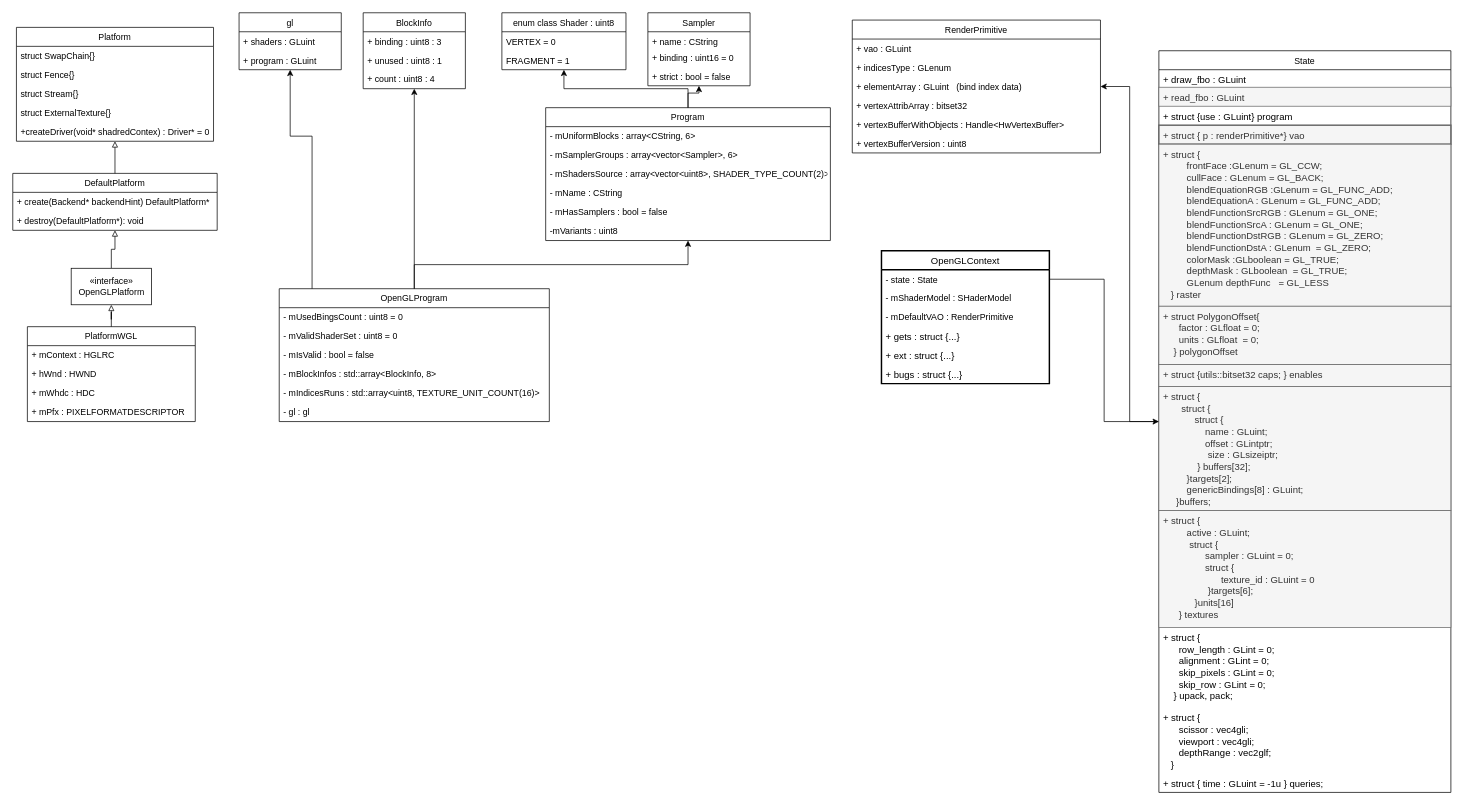
This is UMLGraph/driver.drawio from liangshiweigithub/update, a draw.io file, before an edit. Source tidied: cells renumbered, new cells numbered last; positions are measured from the earlier drawing's top-left corner, leaving out a move shared by most shapes. Both pictures are drawn from the tidied source at 73%, with x=0, y=0 at pixel (12, 12).
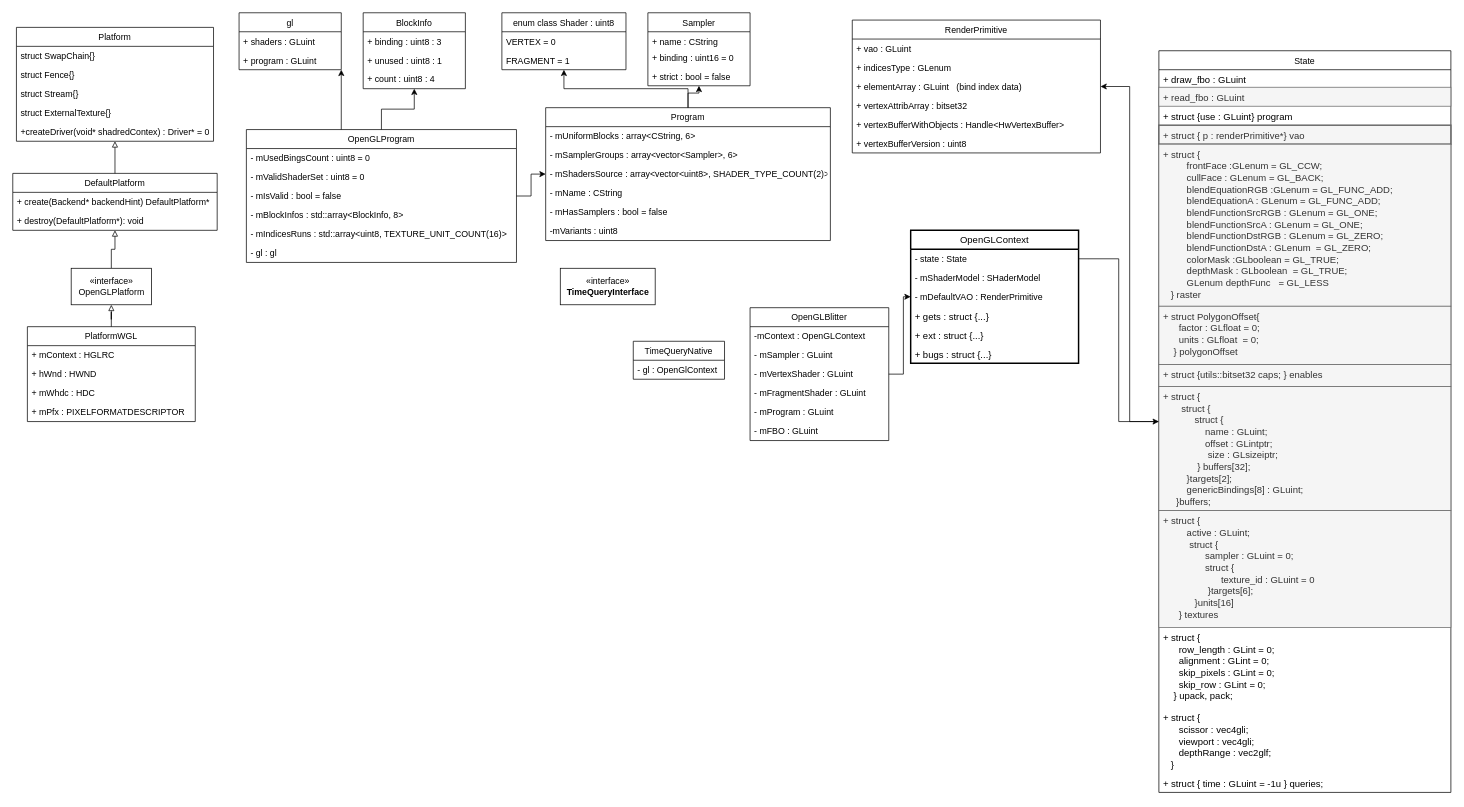
Above is the later version.

The edit, as a diff of the source:
```diff
@@
     <mxCell id="23" value="OpenGLProgram" style="swimlane;fontStyle=0;horizontal=1;startSize=26;fillColor=none;" parent="1" vertex="1">
-      <mxGeometry x="365" y="378" width="370" height="182" as="geometry" />
+      <mxGeometry x="320" y="160" width="370" height="182" as="geometry" />
     </mxCell>
@@
     <mxCell id="74" value="OpenGLContext" style="swimlane;fontStyle=0;horizontal=1;startSize=26;fillColor=none;strokeWidth=2;fontSize=13;" parent="1" vertex="1">
-      <mxGeometry x="1190" y="326" width="230" height="182" as="geometry" />
+      <mxGeometry x="1230" y="298" width="230" height="182" as="geometry" />
     </mxCell>
@@
+    <mxCell id="82" style="edgeStyle=orthogonalEdgeStyle;rounded=0;jettySize=auto;html=1;" parent="1" edge="1" source="83" target="74">
+      <mxGeometry relative="1" as="geometry" />
+    </mxCell>
+    <mxCell id="83" value="OpenGLBlitter" style="swimlane;fontStyle=0;horizontal=1;startSize=26;fillColor=none;" parent="1" vertex="1">
+      <mxGeometry x="1010" y="404" width="190" height="182" as="geometry" />
+    </mxCell>
+    <mxCell id="84" value="-mContext : OpenGLContext" style="text;strokeColor=none;fillColor=none;align=left;verticalAlign=top;spacingLeft=4;spacingRight=4;overflow=hidden;" parent="83" vertex="1">
+      <mxGeometry y="26" width="190" height="26" as="geometry" />
+    </mxCell>
+    <mxCell id="85" value="- mSampler : GLuint" style="text;strokeColor=none;fillColor=none;align=left;verticalAlign=top;spacingLeft=4;spacingRight=4;overflow=hidden;" parent="83" vertex="1">
+      <mxGeometry y="52" width="190" height="26" as="geometry" />
+    </mxCell>
+    <mxCell id="86" value="- mVertexShader : GLuint" style="text;strokeColor=none;fillColor=none;align=left;verticalAlign=top;spacingLeft=4;spacingRight=4;overflow=hidden;" parent="83" vertex="1">
+      <mxGeometry y="78" width="190" height="26" as="geometry" />
+    </mxCell>
+    <mxCell id="87" value="- mFragmentShader : GLuint" style="text;strokeColor=none;fillColor=none;align=left;verticalAlign=top;spacingLeft=4;spacingRight=4;overflow=hidden;" parent="83" vertex="1">
+      <mxGeometry y="104" width="190" height="26" as="geometry" />
+    </mxCell>
+    <mxCell id="88" value="- mProgram : GLuint" style="text;strokeColor=none;fillColor=none;align=left;verticalAlign=top;spacingLeft=4;spacingRight=4;overflow=hidden;" parent="83" vertex="1">
+      <mxGeometry y="130" width="190" height="26" as="geometry" />
+    </mxCell>
+    <mxCell id="89" value="- mFBO : GLuint" style="text;strokeColor=none;fillColor=none;align=left;verticalAlign=top;spacingLeft=4;spacingRight=4;overflow=hidden;" parent="83" vertex="1">
+      <mxGeometry y="156" width="190" height="26" as="geometry" />
+    </mxCell>
+    <mxCell id="90" value="«interface»&lt;br&gt;&lt;b&gt;TimeQueryInterface&lt;/b&gt;" style="html=1;" parent="1" vertex="1">
+      <mxGeometry x="750" y="350" width="130" height="50" as="geometry" />
+    </mxCell>
+    <mxCell id="91" value="TimeQueryNative" style="swimlane;fontStyle=0;horizontal=1;startSize=26;fillColor=none;" parent="1" vertex="1">
+      <mxGeometry x="850" y="450" width="125" height="52" as="geometry" />
+    </mxCell>
+    <mxCell id="92" value="- gl : OpenGlContext" style="text;strokeColor=none;fillColor=none;align=left;verticalAlign=top;spacingLeft=4;spacingRight=4;overflow=hidden;" parent="91" vertex="1">
+      <mxGeometry y="26" width="125" height="26" as="geometry" />
+    </mxCell>
```
